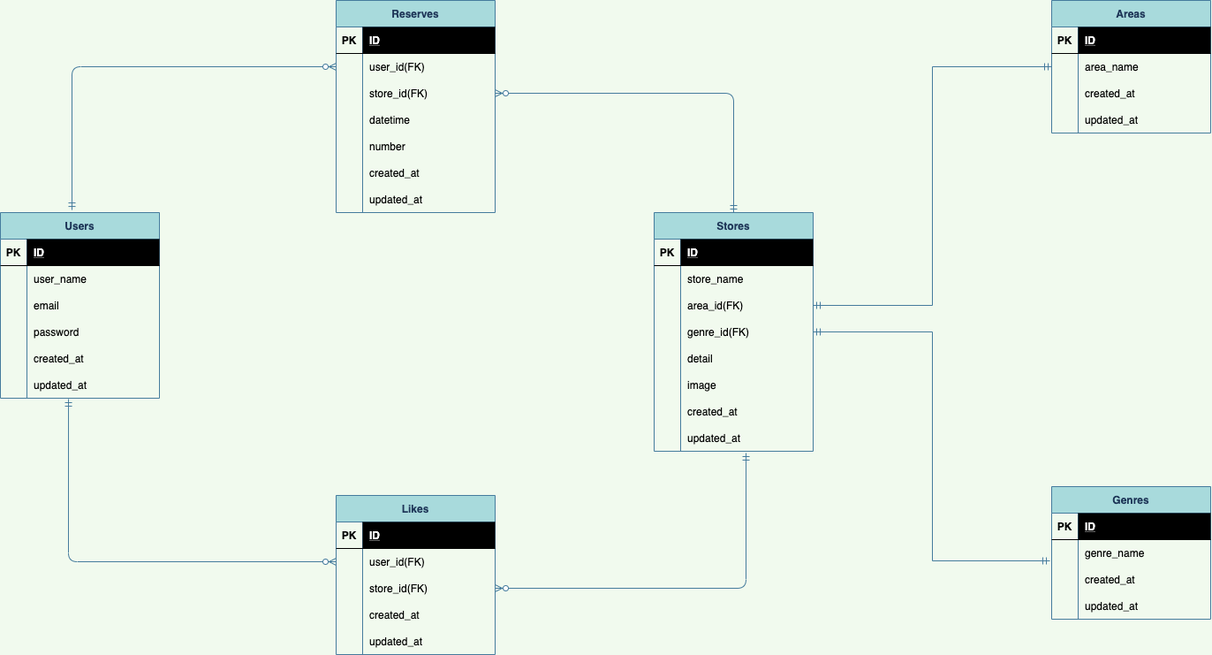
Earlier version of the draw.io export er.drawio.png (hata8341/rese-laravel). Source tidied: cells renumbered, new cells last; positions are measured from the earlier drawing's top-left corner, leaving out a move shared by most shapes.
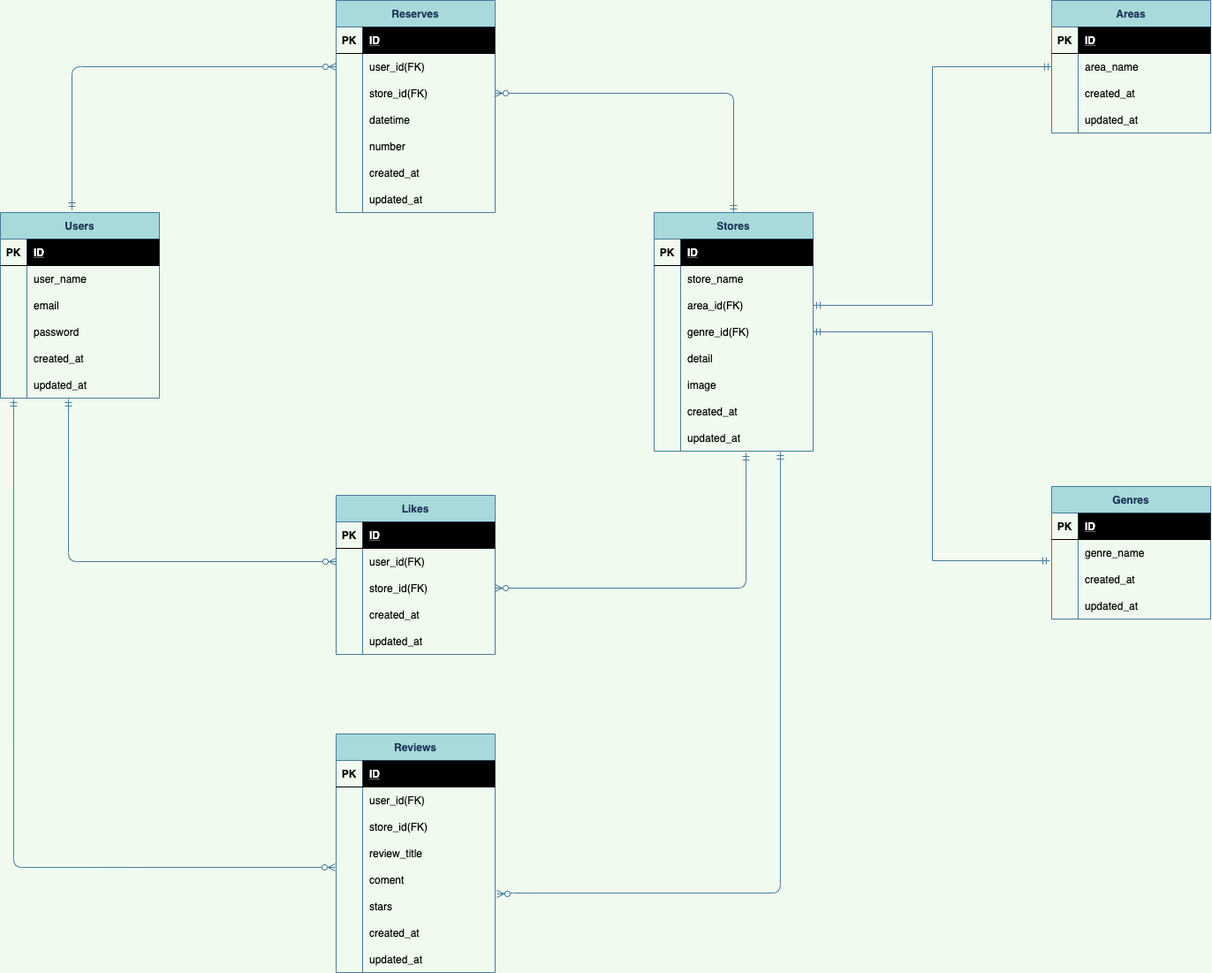
The same diagram one commit later.

The edit, as a diff of the source:
```diff
@@ -352,5 +352,96 @@
     <mxCell id="115" style="edgeStyle=orthogonalEdgeStyle;rounded=0;jettySize=auto;html=1;entryX=-0.011;entryY=0.8;entryDx=0;entryDy=0;entryPerimeter=0;strokeColor=#457B9D;startArrow=ERmandOne;startFill=0;endArrow=ERmandOne;endFill=0;" parent="1" edge="1" source="33" target="105">
       <mxGeometry relative="1" as="geometry" />
     </mxCell>
+    <mxCell id="116" value="Reviews" style="shape=table;startSize=30;rowLines=0;fontStyle=1;align=center;rounded=0;sketch=0;fontColor=#1D3557;strokeColor=#457B9D;fillColor=#A8DADC;" parent="1" vertex="1">
+      <mxGeometry x="380" y="830" width="180" height="270" as="geometry" />
+    </mxCell>
+    <mxCell id="117" style="shape=partialRectangle;fillColor=none;top=0;left=0;bottom=1;right=0;" parent="116" vertex="1">
+      <mxGeometry y="30" width="180" height="30" as="geometry" />
+    </mxCell>
+    <mxCell id="118" value="PK" style="shape=partialRectangle;fillColor=none;top=0;left=0;bottom=0;right=0;fontStyle=1;overflow=hidden;fontColor=#000000;" parent="117" vertex="1">
+      <mxGeometry width="30" height="30" as="geometry" />
+    </mxCell>
+    <mxCell id="119" value="ID" style="shape=partialRectangle;top=0;left=0;bottom=0;right=0;align=left;spacingLeft=6;fontStyle=5;overflow=hidden;labelBorderColor=none;labelBackgroundColor=none;strokeWidth=3;strokeColor=none;fontColor=#FFFFFF;fillColor=#000000;" parent="117" vertex="1">
+      <mxGeometry x="30" width="150" height="30" as="geometry" />
+    </mxCell>
+    <mxCell id="120" style="shape=partialRectangle;fillColor=none;top=0;left=0;bottom=0;right=0;" parent="116" vertex="1">
+      <mxGeometry y="60" width="180" height="30" as="geometry" />
+    </mxCell>
+    <mxCell id="121" style="shape=partialRectangle;fillColor=none;top=0;left=0;bottom=0;right=0;overflow=hidden;" parent="120" vertex="1">
+      <mxGeometry width="30" height="30" as="geometry" />
+    </mxCell>
+    <mxCell id="122" value="user_id(FK)" style="shape=partialRectangle;fillColor=none;top=0;left=0;bottom=0;right=0;align=left;spacingLeft=6;overflow=hidden;fontColor=#000000;" parent="120" vertex="1">
+      <mxGeometry x="30" width="150" height="30" as="geometry" />
+    </mxCell>
+    <mxCell id="123" style="shape=partialRectangle;fillColor=none;top=0;left=0;bottom=0;right=0;" parent="116" vertex="1">
+      <mxGeometry y="90" width="180" height="30" as="geometry" />
+    </mxCell>
+    <mxCell id="124" style="shape=partialRectangle;fillColor=none;top=0;left=0;bottom=0;right=0;overflow=hidden;" parent="123" vertex="1">
+      <mxGeometry width="30" height="30" as="geometry" />
+    </mxCell>
+    <mxCell id="125" value="store_id(FK)" style="shape=partialRectangle;fillColor=none;top=0;left=0;bottom=0;right=0;align=left;spacingLeft=6;overflow=hidden;fontColor=#000000;" parent="123" vertex="1">
+      <mxGeometry x="30" width="150" height="30" as="geometry" />
+    </mxCell>
+    <mxCell id="126" style="shape=partialRectangle;fillColor=none;top=0;left=0;bottom=0;right=0;" parent="116" vertex="1">
+      <mxGeometry y="120" width="180" height="30" as="geometry" />
+    </mxCell>
+    <mxCell id="127" style="shape=partialRectangle;fillColor=none;top=0;left=0;bottom=0;right=0;overflow=hidden;" parent="126" vertex="1">
+      <mxGeometry width="30" height="30" as="geometry" />
+    </mxCell>
+    <mxCell id="128" value="review_title" style="shape=partialRectangle;fillColor=none;top=0;left=0;bottom=0;right=0;align=left;spacingLeft=6;overflow=hidden;fontColor=#000000;" parent="126" vertex="1">
+      <mxGeometry x="30" width="150" height="30" as="geometry" />
+    </mxCell>
+    <mxCell id="129" style="shape=partialRectangle;fillColor=none;top=0;left=0;bottom=0;right=0;points=[[0,0.5],[1,0.5]];portConstraint=eastwest;" parent="116" vertex="1">
+      <mxGeometry y="150" width="180" height="30" as="geometry" />
+    </mxCell>
+    <mxCell id="130" style="shape=partialRectangle;fillColor=none;top=0;left=0;bottom=0;right=0;overflow=hidden;" parent="129" vertex="1">
+      <mxGeometry width="30" height="30" as="geometry" />
+    </mxCell>
+    <mxCell id="131" value="coment" style="shape=partialRectangle;fillColor=none;top=0;left=0;bottom=0;right=0;align=left;spacingLeft=6;overflow=hidden;fontColor=#000000;" parent="129" vertex="1">
+      <mxGeometry x="30" width="150" height="30" as="geometry" />
+    </mxCell>
+    <mxCell id="132" style="shape=partialRectangle;fillColor=none;top=0;left=0;bottom=0;right=0;points=[[0,0.5],[1,0.5]];portConstraint=eastwest;" parent="116" vertex="1">
+      <mxGeometry y="180" width="180" height="30" as="geometry" />
+    </mxCell>
+    <mxCell id="133" style="shape=partialRectangle;fillColor=none;top=0;left=0;bottom=0;right=0;overflow=hidden;" parent="132" vertex="1">
+      <mxGeometry width="30" height="30" as="geometry" />
+    </mxCell>
+    <mxCell id="134" value="stars" style="shape=partialRectangle;fillColor=none;top=0;left=0;bottom=0;right=0;align=left;spacingLeft=6;overflow=hidden;fontColor=#000000;" parent="132" vertex="1">
+      <mxGeometry x="30" width="150" height="30" as="geometry" />
+    </mxCell>
+    <mxCell id="135" style="shape=partialRectangle;fillColor=none;top=0;left=0;bottom=0;right=0;" parent="116" vertex="1">
+      <mxGeometry y="210" width="180" height="30" as="geometry" />
+    </mxCell>
+    <mxCell id="136" style="shape=partialRectangle;fillColor=none;top=0;left=0;bottom=0;right=0;overflow=hidden;" parent="135" vertex="1">
+      <mxGeometry width="30" height="30" as="geometry" />
+    </mxCell>
+    <mxCell id="137" value="created_at" style="shape=partialRectangle;fillColor=none;top=0;left=0;bottom=0;right=0;align=left;spacingLeft=6;overflow=hidden;fontColor=#000000;" parent="135" vertex="1">
+      <mxGeometry x="30" width="150" height="30" as="geometry" />
+    </mxCell>
+    <mxCell id="138" style="shape=partialRectangle;fillColor=none;top=0;left=0;bottom=0;right=0;" parent="116" vertex="1">
+      <mxGeometry y="240" width="180" height="30" as="geometry" />
+    </mxCell>
+    <mxCell id="139" style="shape=partialRectangle;fillColor=none;top=0;left=0;bottom=0;right=0;overflow=hidden;" parent="138" vertex="1">
+      <mxGeometry width="30" height="30" as="geometry" />
+    </mxCell>
+    <mxCell id="140" value="updated_at" style="shape=partialRectangle;fillColor=none;top=0;left=0;bottom=0;right=0;align=left;spacingLeft=6;overflow=hidden;fontColor=#000000;" parent="138" vertex="1">
+      <mxGeometry x="30" width="150" height="30" as="geometry" />
+    </mxCell>
+    <mxCell id="141" style="edgeStyle=orthogonalEdgeStyle;curved=0;rounded=1;sketch=0;jettySize=auto;html=1;fontColor=#1D3557;strokeColor=#457B9D;fillColor=#A8DADC;endArrow=ERmandOne;endFill=0;startArrow=ERzeroToMany;startFill=1;entryX=0.083;entryY=1.033;entryDx=0;entryDy=0;entryPerimeter=0;exitX=-0.006;exitY=0.033;exitDx=0;exitDy=0;exitPerimeter=0;" parent="1" edge="1" source="129" target="19">
+      <mxGeometry relative="1" as="geometry">
+        <Array as="points">
+          <mxPoint x="15" y="981" />
+        </Array>
+      </mxGeometry>
+    </mxCell>
+    <mxCell id="142" style="edgeStyle=orthogonalEdgeStyle;curved=0;rounded=1;sketch=0;jettySize=auto;html=1;fontColor=#1D3557;strokeColor=#457B9D;fillColor=#A8DADC;exitX=0.794;exitY=1.033;exitDx=0;exitDy=0;exitPerimeter=0;endArrow=ERzeroToMany;endFill=1;startArrow=ERmandOne;startFill=0;entryX=1.011;entryY=0.033;entryDx=0;entryDy=0;entryPerimeter=0;" parent="1" edge="1" source="45" target="132">
+      <mxGeometry relative="1" as="geometry">
+        <Array as="points">
+          <mxPoint x="883" y="1010" />
+          <mxPoint x="570" y="1010" />
+          <mxPoint x="570" y="1011" />
+        </Array>
+      </mxGeometry>
+    </mxCell>
   </root>
 </mxGraphModel>
```
